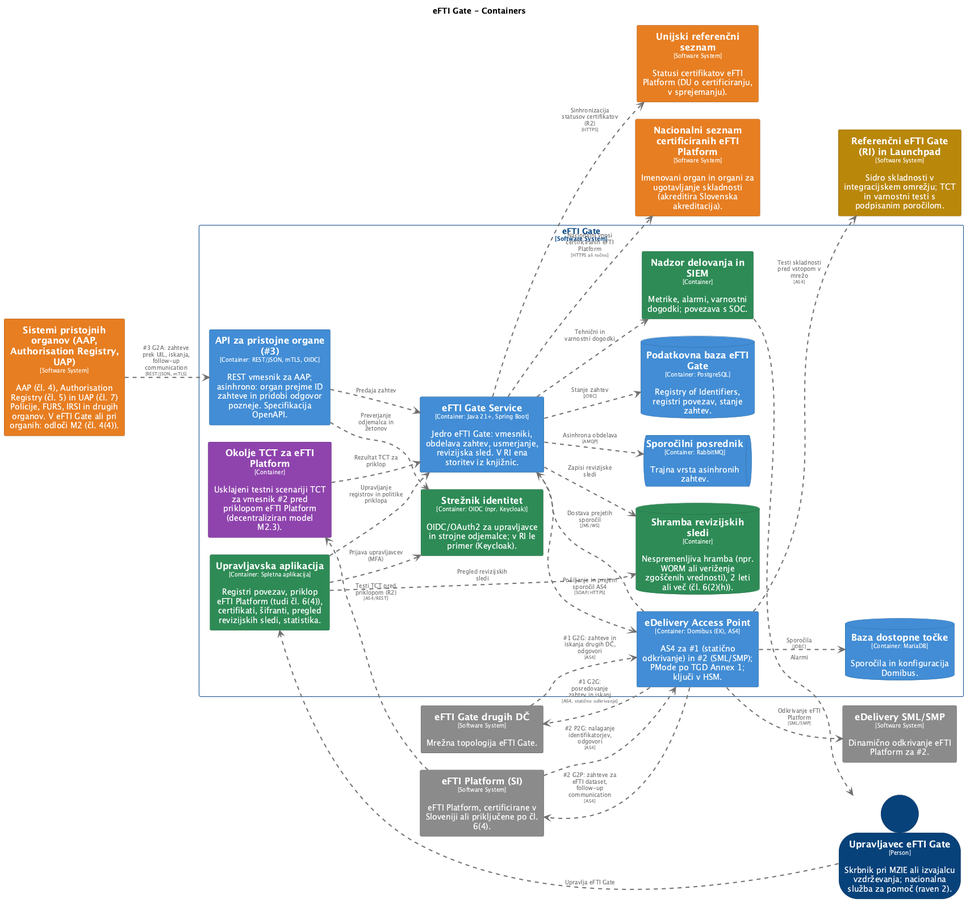
Above: architecture/diagrams/structurizr-C2-Vsebniki.png in UM-KGPI/eFTI-Gate-SI (PlantUML), before the change.
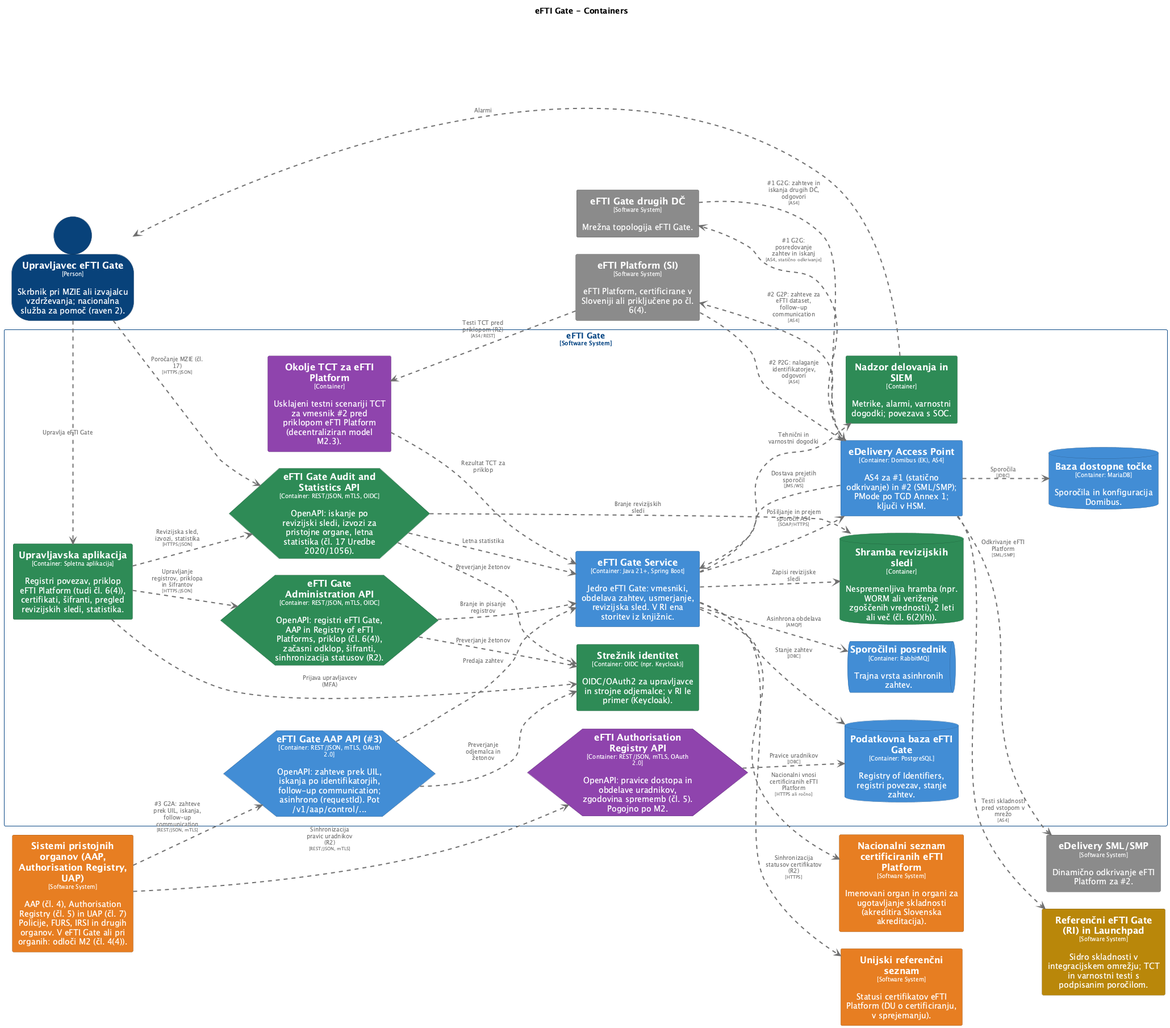
Later version of the same file.

Diff of the diagram source:
```diff
@@ -15,12 +15,6 @@
 
 hide stereotype
 
-skinparam rectangle<<eFTIGate.APIzapristojneorgane3>> {
-  BackgroundColor #438dd5
-  FontColor #ffffff
-  BorderColor #2e6295
-  shadowing false
-}
 skinparam database<<eFTIGate.Bazadostopnetočke>> {
   BackgroundColor #438dd5
   FontColor #ffffff
@@ -111,6 +105,30 @@
   BorderColor #606060
   shadowing false
 }
+skinparam hexagon<<eFTIGate.eFTIAuthorisationRegistryAPI>> {
+  BackgroundColor #8e44ad
+  FontColor #ffffff
+  BorderColor #632f79
+  shadowing false
+}
+skinparam hexagon<<eFTIGate.eFTIGateAAPAPI3>> {
+  BackgroundColor #438dd5
+  FontColor #ffffff
+  BorderColor #2e6295
+  shadowing false
+}
+skinparam hexagon<<eFTIGate.eFTIGateAdministrationAPI>> {
+  BackgroundColor #2e8b57
+  FontColor #ffffff
+  BorderColor #20613c
+  shadowing false
+}
+skinparam hexagon<<eFTIGate.eFTIGateAuditandStatisticsAPI>> {
+  BackgroundColor #2e8b57
+  FontColor #ffffff
+  BorderColor #20613c
+  shadowing false
+}
 skinparam rectangle<<eFTIGate.eFTIGateService>> {
   BackgroundColor #438dd5
   FontColor #ffffff
@@ -145,25 +163,37 @@
 rectangle "==Referenčni eFTI Gate (RI) in Launchpad\n<size:10>[Software System]</size>\n\nSidro skladnosti v integracijskem omrežju; TCT in varnostni testi s podpisanim poročilom." <<ReferenčnieFTIGateRIinLaunchpad>> as ReferenčnieFTIGateRIinLaunchpad
 
 rectangle "eFTI Gate\n<size:10>[Software System]</size>" <<eFTIGate>> {
-  rectangle "==API za pristojne organe (#3)\n<size:10>[Container: REST/JSON, mTLS, OIDC]</size>\n\nREST vmesnik za AAP; asinhrono: organ prejme ID zahteve in pridobi odgovor pozneje. Specifikacija OpenAPI." <<eFTIGate.APIzapristojneorgane3>> as eFTIGate.APIzapristojneorgane3
+  hexagon "==eFTI Gate AAP API (#3)\n<size:10>[Container: REST/JSON, mTLS, OAuth 2.0]</size>\n\nOpenAPI: zahteve prek UIL, iskanja po identifikatorjih, follow-up communication; asinhrono (requestId). Pot /v1/aap/control/..." <<eFTIGate.eFTIGateAAPAPI3>> as eFTIGate.eFTIGateAAPAPI3
   queue "==Sporočilni posrednik\n<size:10>[Container: RabbitMQ]</size>\n\nTrajna vrsta asinhronih zahtev." <<eFTIGate.Sporočilniposrednik>> as eFTIGate.Sporočilniposrednik
   database "==Podatkovna baza eFTI Gate\n<size:10>[Container: PostgreSQL]</size>\n\nRegistry of Identifiers, registri povezav, stanje zahtev." <<eFTIGate.PodatkovnabazaeFTIGate>> as eFTIGate.PodatkovnabazaeFTIGate
   rectangle "==eDelivery Access Point\n<size:10>[Container: Domibus (EK), AS4]</size>\n\nAS4 za #1 (statično odkrivanje) in #2 (SML/SMP); PMode po TGD Annex 1; ključi v HSM." <<eFTIGate.eDeliveryAccessPoint>> as eFTIGate.eDeliveryAccessPoint
   database "==Baza dostopne točke\n<size:10>[Container: MariaDB]</size>\n\nSporočila in konfiguracija Domibus." <<eFTIGate.Bazadostopnetočke>> as eFTIGate.Bazadostopnetočke
   rectangle "==Strežnik identitet\n<size:10>[Container: OIDC (npr. Keycloak)]</size>\n\nOIDC/OAuth2 za upravljavce in strojne odjemalce; v RI le primer (Keycloak)." <<eFTIGate.Strežnikidentitet>> as eFTIGate.Strežnikidentitet
   rectangle "==Upravljavska aplikacija\n<size:10>[Container: Spletna aplikacija]</size>\n\nRegistri povezav, priklop eFTI Platform (tudi čl. 6(4)), certifikati, šifranti, pregled revizijskih sledi, statistika." <<eFTIGate.Upravljavskaaplikacija>> as eFTIGate.Upravljavskaaplikacija
+  hexagon "==eFTI Gate Administration API\n<size:10>[Container: REST/JSON, mTLS, OIDC]</size>\n\nOpenAPI: registri eFTI Gate, AAP in Registry of eFTI Platforms, priklop (čl. 6(4)), začasni odklop, šifranti, sinhronizacija statusov (R2)." <<eFTIGate.eFTIGateAdministrationAPI>> as eFTIGate.eFTIGateAdministrationAPI
+  hexagon "==eFTI Gate Audit and Statistics API\n<size:10>[Container: REST/JSON, mTLS, OIDC]</size>\n\nOpenAPI: iskanje po revizijski sledi, izvozi za pristojne organe, letna statistika (čl. 17 Uredbe 2020/1056)." <<eFTIGate.eFTIGateAuditandStatisticsAPI>> as eFTIGate.eFTIGateAuditandStatisticsAPI
+  hexagon "==eFTI Authorisation Registry API\n<size:10>[Container: REST/JSON, mTLS, OAuth 2.0]</size>\n\nOpenAPI: pravice dostopa in obdelave uradnikov, zgodovina sprememb (čl. 5). Pogojno po M2." <<eFTIGate.eFTIAuthorisationRegistryAPI>> as eFTIGate.eFTIAuthorisationRegistryAPI
   database "==Shramba revizijskih sledi\n<size:10>[Container]</size>\n\nNespremenljiva hramba (npr. WORM ali veriženje zgoščenih vrednosti), 2 leti ali več (čl. 6(2)(h))." <<eFTIGate.Shrambarevizijskihsledi>> as eFTIGate.Shrambarevizijskihsledi
   rectangle "==Nadzor delovanja in SIEM\n<size:10>[Container]</size>\n\nMetrike, alarmi, varnostni dogodki; povezava s SOC." <<eFTIGate.NadzordelovanjainSIEM>> as eFTIGate.NadzordelovanjainSIEM
   rectangle "==Okolje TCT za eFTI Platform\n<size:10>[Container]</size>\n\nUsklajeni testni scenariji TCT za vmesnik #2 pred priklopom eFTI Platform (decentraliziran model M2.3)." <<eFTIGate.OkoljeTCTzaeFTIPlatform>> as eFTIGate.OkoljeTCTzaeFTIPlatform
   rectangle "==eFTI Gate Service\n<size:10>[Container: Java 21+, Spring Boot]</size>\n\nJedro eFTI Gate: vmesniki, obdelava zahtev, usmerjanje, revizijska sled. V RI ena storitev iz knjižnic." <<eFTIGate.eFTIGateService>> as eFTIGate.eFTIGateService
 }
 
-eFTIGate.Upravljavskaaplikacija .[#707070,thickness=2].> eFTIGate.Shrambarevizijskihsledi : "<color:#707070>Pregled revizijskih sledi"
+eFTIGate.Upravljavskaaplikacija .[#707070,thickness=2].> eFTIGate.eFTIGateAdministrationAPI : "<color:#707070>Upravljanje registrov, priklopa in šifrantov\n<color:#707070><size:8>[HTTPS/JSON]</size>"
+eFTIGate.eFTIGateAdministrationAPI .[#707070,thickness=2].> eFTIGate.eFTIGateService : "<color:#707070>Branje in pisanje registrov"
+eFTIGate.eFTIGateAdministrationAPI .[#707070,thickness=2].> eFTIGate.Strežnikidentitet : "<color:#707070>Preverjanje žetonov"
+eFTIGate.Upravljavskaaplikacija .[#707070,thickness=2].> eFTIGate.eFTIGateAuditandStatisticsAPI : "<color:#707070>Revizijska sled, izvozi, statistika\n<color:#707070><size:8>[HTTPS/JSON]</size>"
+eFTIGate.eFTIGateAuditandStatisticsAPI .[#707070,thickness=2].> eFTIGate.eFTIGateService : "<color:#707070>Letna statistika"
+eFTIGate.eFTIGateAuditandStatisticsAPI .[#707070,thickness=2].> eFTIGate.Strežnikidentitet : "<color:#707070>Preverjanje žetonov"
+eFTIGate.eFTIGateAuditandStatisticsAPI .[#707070,thickness=2].> eFTIGate.Shrambarevizijskihsledi : "<color:#707070>Branje revizijskih sledi"
+UpravljaveceFTIGate .[#707070,thickness=2].> eFTIGate.eFTIGateAuditandStatisticsAPI : "<color:#707070>Poročanje MZIE (čl. 17)\n<color:#707070><size:8>[HTTPS/JSON]</size>"
+SistemipristojnihorganovAAPAuthorisationRegistryUAP .[#707070,thickness=2].> eFTIGate.eFTIAuthorisationRegistryAPI : "<color:#707070>Sinhronizacija pravic uradnikov (R2)\n<color:#707070><size:8>[REST/JSON, mTLS]</size>"
+eFTIGate.eFTIAuthorisationRegistryAPI .[#707070,thickness=2].> eFTIGate.PodatkovnabazaeFTIGate : "<color:#707070>Pravice uradnikov\n<color:#707070><size:8>[JDBC]</size>"
 eFTIGate.Upravljavskaaplikacija .[#707070,thickness=2].> eFTIGate.Strežnikidentitet : "<color:#707070>Prijava upravljavcev (MFA)"
 eFTIGate.OkoljeTCTzaeFTIPlatform .[#707070,thickness=2].> eFTIGate.eFTIGateService : "<color:#707070>Rezultat TCT za priklop"
 UpravljaveceFTIGate .[#707070,thickness=2].> eFTIGate.Upravljavskaaplikacija : "<color:#707070>Upravlja eFTI Gate"
 eFTIGate.NadzordelovanjainSIEM .[#707070,thickness=2].> UpravljaveceFTIGate : "<color:#707070>Alarmi"
-SistemipristojnihorganovAAPAuthorisationRegistryUAP .[#707070,thickness=2].> eFTIGate.APIzapristojneorgane3 : "<color:#707070>#3 G2A: zahteve prek UIL, iskanja, follow-up communication\n<color:#707070><size:8>[REST/JSON, mTLS]</size>"
+SistemipristojnihorganovAAPAuthorisationRegistryUAP .[#707070,thickness=2].> eFTIGate.eFTIGateAAPAPI3 : "<color:#707070>#3 G2A: zahteve prek UIL, iskanja, follow-up communication\n<color:#707070><size:8>[REST/JSON, mTLS]</size>"
 eFTIGate.eDeliveryAccessPoint .[#707070,thickness=2].> eFTIPlatformSI : "<color:#707070>#2 G2P: zahteve za eFTI dataset, follow-up communication\n<color:#707070><size:8>[AS4]</size>"
 eFTIPlatformSI .[#707070,thickness=2].> eFTIGate.eDeliveryAccessPoint : "<color:#707070>#2 P2G: nalaganje identifikatorjev, odgovori\n<color:#707070><size:8>[AS4]</size>"
 eFTIGate.eDeliveryAccessPoint .[#707070,thickness=2].> eFTIGatedrugihDČ : "<color:#707070>#1 G2G: posredovanje zahtev in iskanj\n<color:#707070><size:8>[AS4, statično odkrivanje]</size>"
@@ -173,8 +203,8 @@
 eFTIGate.eFTIGateService .[#707070,thickness=2].> NacionalniseznamcertificiraniheFTIPlatform : "<color:#707070>Nacionalni vnosi certificiranih eFTI Platform\n<color:#707070><size:8>[HTTPS ali ročno]</size>"
 eFTIGate.eDeliveryAccessPoint .[#707070,thickness=2].> ReferenčnieFTIGateRIinLaunchpad : "<color:#707070>Testi skladnosti pred vstopom v mrežo\n<color:#707070><size:8>[AS4]</size>"
 eFTIPlatformSI .[#707070,thickness=2].> eFTIGate.OkoljeTCTzaeFTIPlatform : "<color:#707070>Testi TCT pred priklopom (R2)\n<color:#707070><size:8>[AS4/REST]</size>"
-eFTIGate.APIzapristojneorgane3 .[#707070,thickness=2].> eFTIGate.eFTIGateService : "<color:#707070>Predaja zahtev"
-eFTIGate.APIzapristojneorgane3 .[#707070,thickness=2].> eFTIGate.Strežnikidentitet : "<color:#707070>Preverjanje odjemalca in žetonov"
+eFTIGate.eFTIGateAAPAPI3 .[#707070,thickness=2].> eFTIGate.eFTIGateService : "<color:#707070>Predaja zahtev"
+eFTIGate.eFTIGateAAPAPI3 .[#707070,thickness=2].> eFTIGate.Strežnikidentitet : "<color:#707070>Preverjanje odjemalca in žetonov"
 eFTIGate.eFTIGateService .[#707070,thickness=2].> eFTIGate.Sporočilniposrednik : "<color:#707070>Asinhrona obdelava\n<color:#707070><size:8>[AMQP]</size>"
 eFTIGate.eFTIGateService .[#707070,thickness=2].> eFTIGate.PodatkovnabazaeFTIGate : "<color:#707070>Stanje zahtev\n<color:#707070><size:8>[JDBC]</size>"
 eFTIGate.eFTIGateService .[#707070,thickness=2].> eFTIGate.eDeliveryAccessPoint : "<color:#707070>Pošiljanje in prejem sporočil AS4\n<color:#707070><size:8>[SOAP/HTTPS]</size>"
@@ -182,5 +212,4 @@
 eFTIGate.eDeliveryAccessPoint .[#707070,thickness=2].> eFTIGate.Bazadostopnetočke : "<color:#707070>Sporočila\n<color:#707070><size:8>[JDBC]</size>"
 eFTIGate.eFTIGateService .[#707070,thickness=2].> eFTIGate.Shrambarevizijskihsledi : "<color:#707070>Zapisi revizijske sledi"
 eFTIGate.eFTIGateService .[#707070,thickness=2].> eFTIGate.NadzordelovanjainSIEM : "<color:#707070>Tehnični in varnostni dogodki"
-eFTIGate.Upravljavskaaplikacija .[#707070,thickness=2].> eFTIGate.eFTIGateService : "<color:#707070>Upravljanje registrov in politike priklopa"
 @enduml
```
